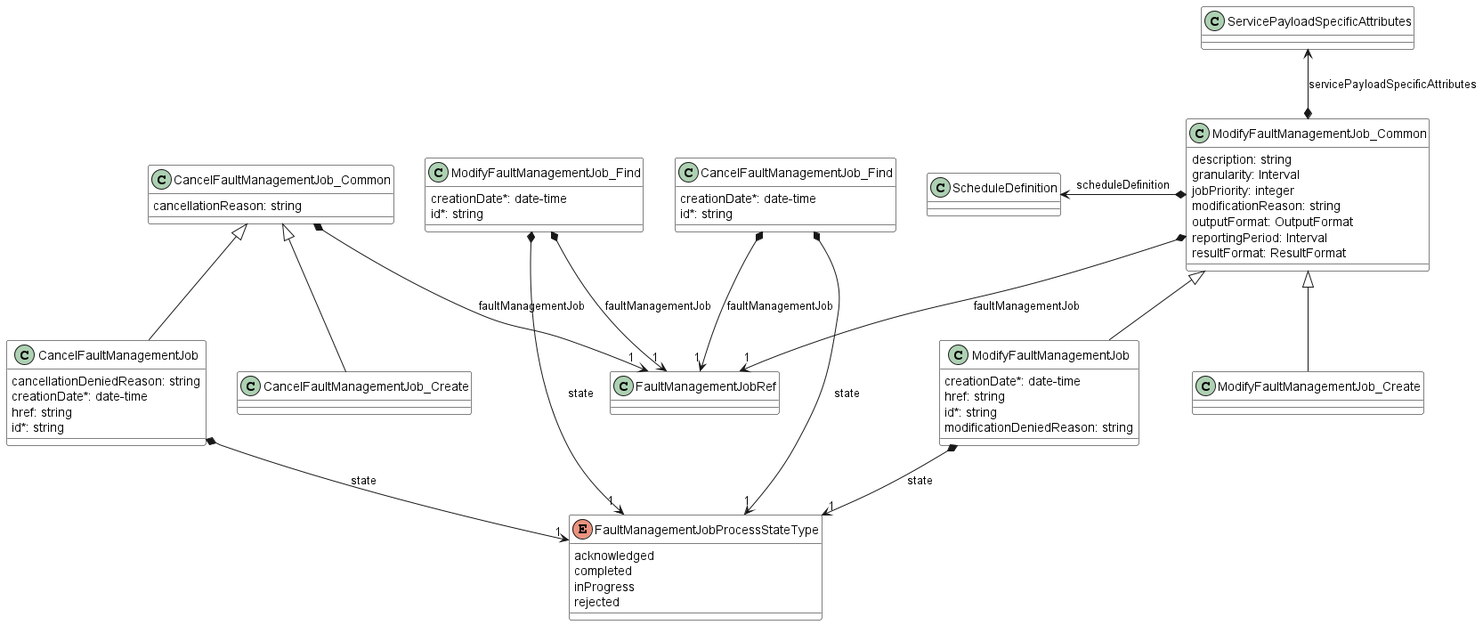
Earlier version of the PlantUML export documentation/serviceApi/fm/media/faultManagementDataModelPart3.png (MEF-GIT/MEF-LSO-Legato-SDK).
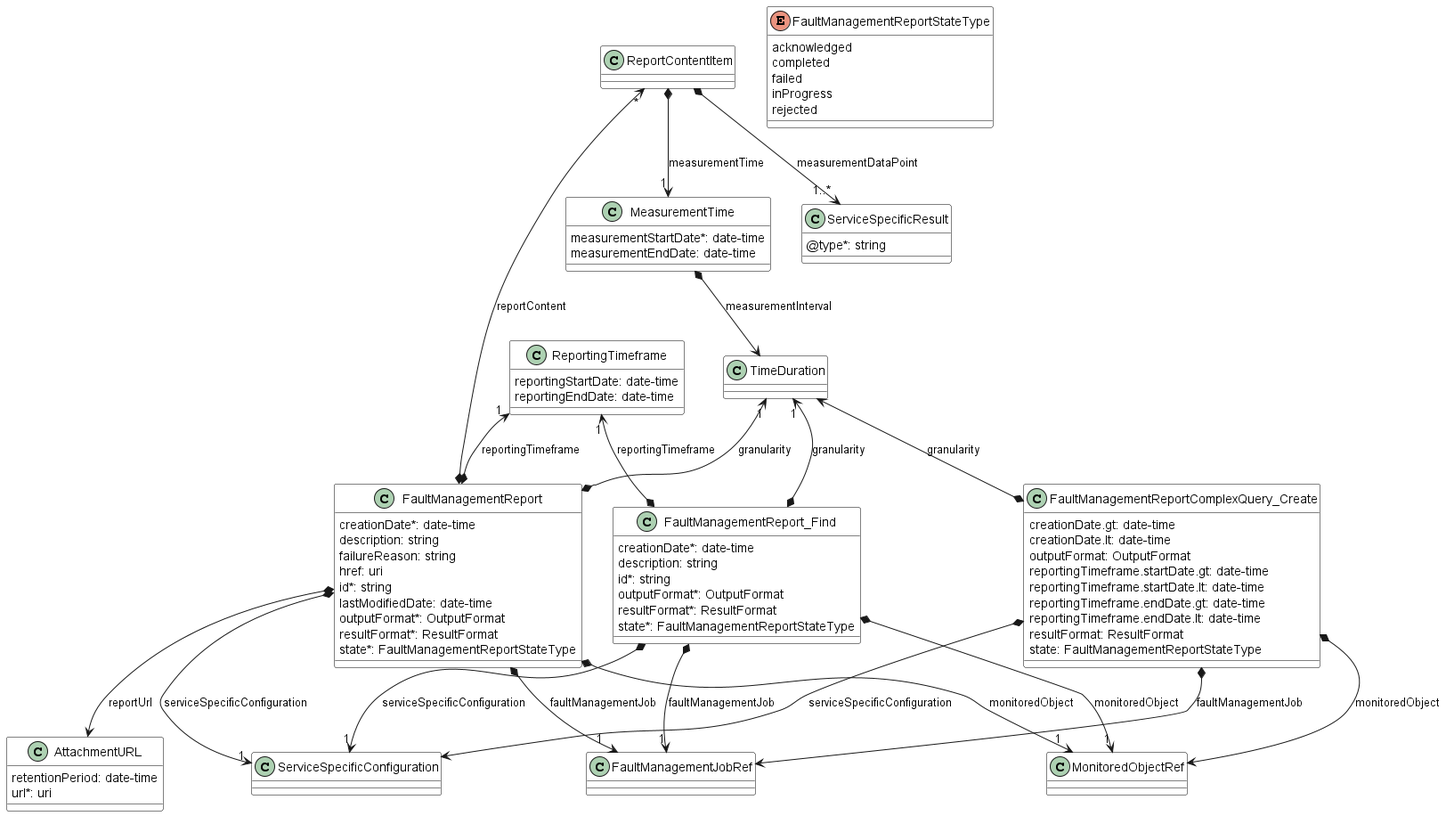
The same file after the commit.

Diff of the diagram source:
```diff
@@ -4,83 +4,102 @@
     ClassBorderColor Black
 }
 
-class CancelFaultManagementJob {
+class FaultManagementReport {
 
-    cancellationDeniedReason: string
     creationDate*: date-time
-    href: string
+    description: string
+    failureReason: string
+    href: uri
     id*: string
-}
-CancelFaultManagementJob_Common <|-- CancelFaultManagementJob
-
-CancelFaultManagementJob *-->"1" FaultManagementJobProcessStateType : state
-
-class CancelFaultManagementJob_Common {
-
-    cancellationReason: string
+    lastModifiedDate: date-time
+    outputFormat*: OutputFormat
+    resultFormat*: ResultFormat
+    state*: FaultManagementReportStateType
 }
 
-CancelFaultManagementJob_Common *-->"1" FaultManagementJobRef : faultManagementJob
+FaultManagementReport *-->"1" FaultManagementJobRef : faultManagementJob
+FaultManagementReport *-u->"1" TimeDuration : granularity
+FaultManagementReport *-->"1" MonitoredObjectRef : monitoredObject
+FaultManagementReport *-l->"*" ReportContentItem : reportContent
+FaultManagementReport *-u->"1" ReportingTimeframe : reportingTimeframe
+FaultManagementReport *--> AttachmentURL : reportUrl
+FaultManagementReport *-->"1" ServiceSpecificConfiguration : serviceSpecificConfiguration
 
-class CancelFaultManagementJob_Create {
 
-}
-CancelFaultManagementJob_Common <|-- CancelFaultManagementJob_Create
+class FaultManagementReportComplexQuery_Create {
 
-class CancelFaultManagementJob_Find {
-
-    creationDate*: date-time
-    id*: string
+    creationDate.gt: date-time
+    creationDate.lt: date-time
+    outputFormat: OutputFormat
+    reportingTimeframe.startDate.gt: date-time
+    reportingTimeframe.startDate.lt: date-time
+    reportingTimeframe.endDate.gt: date-time
+    reportingTimeframe.endDate.lt: date-time
+    resultFormat: ResultFormat
+    state: FaultManagementReportStateType
 }
 
-CancelFaultManagementJob_Find *-->"1" FaultManagementJobRef : faultManagementJob
-CancelFaultManagementJob_Find *-->"1" FaultManagementJobProcessStateType : state
+FaultManagementReportComplexQuery_Create *--> FaultManagementJobRef : faultManagementJob
+FaultManagementReportComplexQuery_Create *-u-> TimeDuration : granularity
+FaultManagementReportComplexQuery_Create *--> MonitoredObjectRef : monitoredObject
+FaultManagementReportComplexQuery_Create *--> ServiceSpecificConfiguration : serviceSpecificConfiguration
 
-class ModifyFaultManagementJob {
 
-    creationDate*: date-time
-    href: string
-    id*: string
-    modificationDeniedReason: string
-}
-ModifyFaultManagementJob_Common <|-- ModifyFaultManagementJob
+enum FaultManagementReportStateType {
 
-ModifyFaultManagementJob *-->"1" FaultManagementJobProcessStateType : state
-
-class ModifyFaultManagementJob_Common {
-
-    description: string
-    granularity: Interval
-    jobPriority: integer
-    modificationReason: string
-    outputFormat: OutputFormat
-    reportingPeriod: Interval
-    resultFormat: ResultFormat
-}
-
-ModifyFaultManagementJob_Common *-->"1" FaultManagementJobRef : faultManagementJob
-ModifyFaultManagementJob_Common *-l-> ScheduleDefinition : scheduleDefinition
-ModifyFaultManagementJob_Common *-u-> ServicePayloadSpecificAttributes : servicePayloadSpecificAttributes
-
-class ModifyFaultManagementJob_Create {
-
-}
-ModifyFaultManagementJob_Common <|-- ModifyFaultManagementJob_Create
-
-class ModifyFaultManagementJob_Find {
-
-    creationDate*: date-time
-    id*: string
-}
-
-ModifyFaultManagementJob_Find *-->"1" FaultManagementJobRef : faultManagementJob
-ModifyFaultManagementJob_Find *-->"1" FaultManagementJobProcessStateType : state
-
-enum FaultManagementJobProcessStateType {
     acknowledged
     completed
+    failed
     inProgress
     rejected
 }
+class FaultManagementReport_Find {
+
+    creationDate*: date-time
+    description: string
+    id*: string
+    outputFormat*: OutputFormat
+    resultFormat*: ResultFormat
+    state*: FaultManagementReportStateType
+}
+
+FaultManagementReport_Find *-->"1" FaultManagementJobRef : faultManagementJob
+FaultManagementReport_Find *-u->"1" TimeDuration : granularity
+FaultManagementReport_Find *-->"1" MonitoredObjectRef : monitoredObject
+FaultManagementReport_Find *-u->"1" ReportingTimeframe : reportingTimeframe
+FaultManagementReport_Find *-->"1" ServiceSpecificConfiguration : serviceSpecificConfiguration
+
+class ReportContentItem {
+
+}
+
+ReportContentItem *-->"1" MeasurementTime : measurementTime
+ReportContentItem *-->"1..*" ServiceSpecificResult : measurementDataPoint
+
+class MeasurementTime {
+
+    measurementStartDate*: date-time
+    measurementEndDate: date-time
+}
+
+MeasurementTime *--> TimeDuration : measurementInterval
+
+class ReportingTimeframe {
+
+    reportingStartDate: date-time
+    reportingEndDate: date-time
+}
+
+class ServiceSpecificResult {
+
+    @type*: string
+}
+
+class AttachmentURL {
+
+    retentionPeriod: date-time
+    url*: uri
+}
+
 
 @enduml
```
